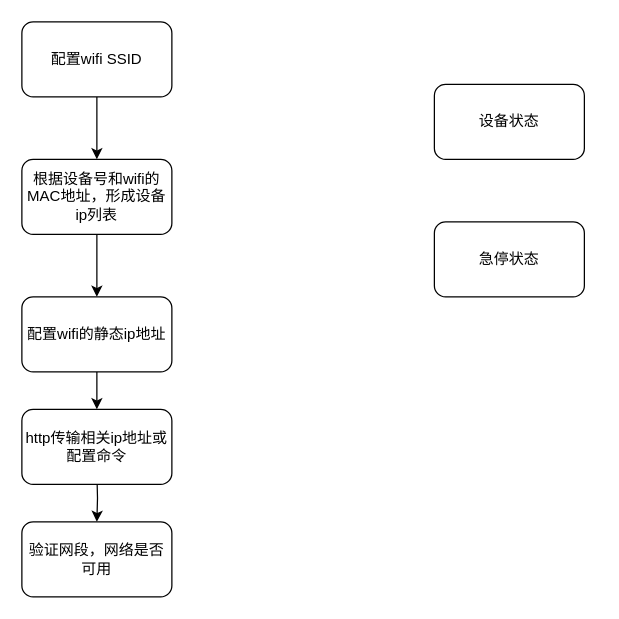
Earlier version of the draw.io diagram Untitled Diagram.drawio (yyjqr/IMU). Source tidied: cells renumbered, new cells numbered last; positions are measured from the earlier drawing's top-left corner, leaving out a move shared by most shapes. Both pictures are drawn from the tidied source at 125%, with x=0, y=0 at pixel (21, 21).
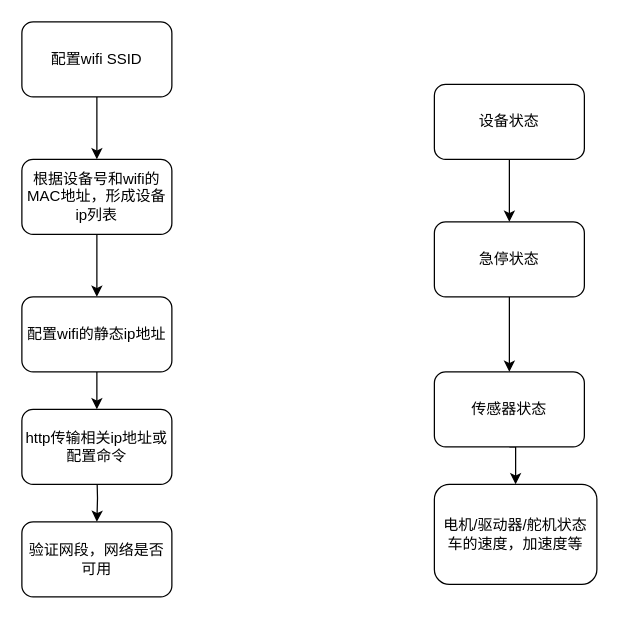
The same diagram, later.

Change to the diagram source:
```diff
@@
 <mxGraphModel>
   <root>
     <mxCell id="0" />
     <mxCell id="1" parent="0" />
     <mxCell id="2" style="edgeStyle=orthogonalEdgeStyle;rounded=0;jettySize=auto;html=1;entryX=0.5;entryY=0;entryDx=0;entryDy=0;" parent="1" edge="1" source="3" target="8">
       <mxGeometry relative="1" as="geometry" />
     </mxCell>
     <mxCell id="3" value="配置wifi SSID" style="rounded=1;whiteSpace=wrap;html=1;" parent="1" vertex="1">
       <mxGeometry width="120" height="60" as="geometry" />
     </mxCell>
     <mxCell id="4" style="edgeStyle=orthogonalEdgeStyle;rounded=0;jettySize=auto;html=1;entryX=0.5;entryY=0;entryDx=0;entryDy=0;" parent="1" edge="1" target="9">
       <mxGeometry relative="1" as="geometry">
         <mxPoint x="60" y="360" as="sourcePoint" />
       </mxGeometry>
     </mxCell>
     <mxCell id="5" style="edgeStyle=orthogonalEdgeStyle;rounded=0;jettySize=auto;html=1;" parent="1" edge="1" source="6" target="12">
       <mxGeometry relative="1" as="geometry" />
     </mxCell>
     <mxCell id="6" value="配置wifi的静态ip地址" style="rounded=1;whiteSpace=wrap;html=1;" parent="1" vertex="1">
       <mxGeometry y="220" width="120" height="60" as="geometry" />
     </mxCell>
     <mxCell id="7" style="edgeStyle=orthogonalEdgeStyle;rounded=0;jettySize=auto;html=1;" parent="1" edge="1" source="8" target="6">
       <mxGeometry relative="1" as="geometry" />
     </mxCell>
     <mxCell id="8" value="根据设备号和wifi的MAC地址，形成设备ip列表" style="rounded=1;whiteSpace=wrap;html=1;" parent="1" vertex="1">
       <mxGeometry y="110" width="120" height="60" as="geometry" />
     </mxCell>
     <mxCell id="9" value="验证网段，网络是否可用" style="rounded=1;whiteSpace=wrap;html=1;" parent="1" vertex="1">
       <mxGeometry y="400" width="120" height="60" as="geometry" />
     </mxCell>
+    <mxCell id="13" style="edgeStyle=orthogonalEdgeStyle;rounded=0;jettySize=auto;html=1;entryX=0.5;entryY=0;entryDx=0;entryDy=0;" parent="1" edge="1" source="10" target="11">
+      <mxGeometry relative="1" as="geometry" />
+    </mxCell>
     <mxCell id="10" value="设备状态" style="rounded=1;whiteSpace=wrap;html=1;" parent="1" vertex="1">
       <mxGeometry x="330" y="50" width="120" height="60" as="geometry" />
     </mxCell>
+    <mxCell id="14" style="edgeStyle=orthogonalEdgeStyle;rounded=0;jettySize=auto;html=1;exitX=0.5;exitY=1;exitDx=0;exitDy=0;" parent="1" edge="1" source="11" target="16">
+      <mxGeometry relative="1" as="geometry" />
+    </mxCell>
     <mxCell id="11" value="急停状态" style="rounded=1;whiteSpace=wrap;html=1;" parent="1" vertex="1">
       <mxGeometry x="330" y="160" width="120" height="60" as="geometry" />
     </mxCell>
     <mxCell id="12" value="http传输相关ip地址或配置命令" style="rounded=1;whiteSpace=wrap;html=1;" parent="1" vertex="1">
       <mxGeometry y="310" width="120" height="60" as="geometry" />
     </mxCell>
+    <mxCell id="15" style="edgeStyle=orthogonalEdgeStyle;rounded=0;jettySize=auto;html=1;exitX=0.5;exitY=1;exitDx=0;exitDy=0;entryX=0.5;entryY=0;entryDx=0;entryDy=0;" parent="1" edge="1" source="16" target="17">
+      <mxGeometry relative="1" as="geometry" />
+    </mxCell>
+    <mxCell id="16" value="传感器状态" style="rounded=1;whiteSpace=wrap;html=1;" parent="1" vertex="1">
+      <mxGeometry x="330" y="280" width="120" height="60" as="geometry" />
+    </mxCell>
+    <mxCell id="17" value="电机/驱动器/舵机状态&lt;br&gt;车的速度，加速度等" style="rounded=1;whiteSpace=wrap;html=1;" parent="1" vertex="1">
+      <mxGeometry x="330" y="370" width="130" height="80" as="geometry" />
+    </mxCell>
   </root>
 </mxGraphModel>
```
